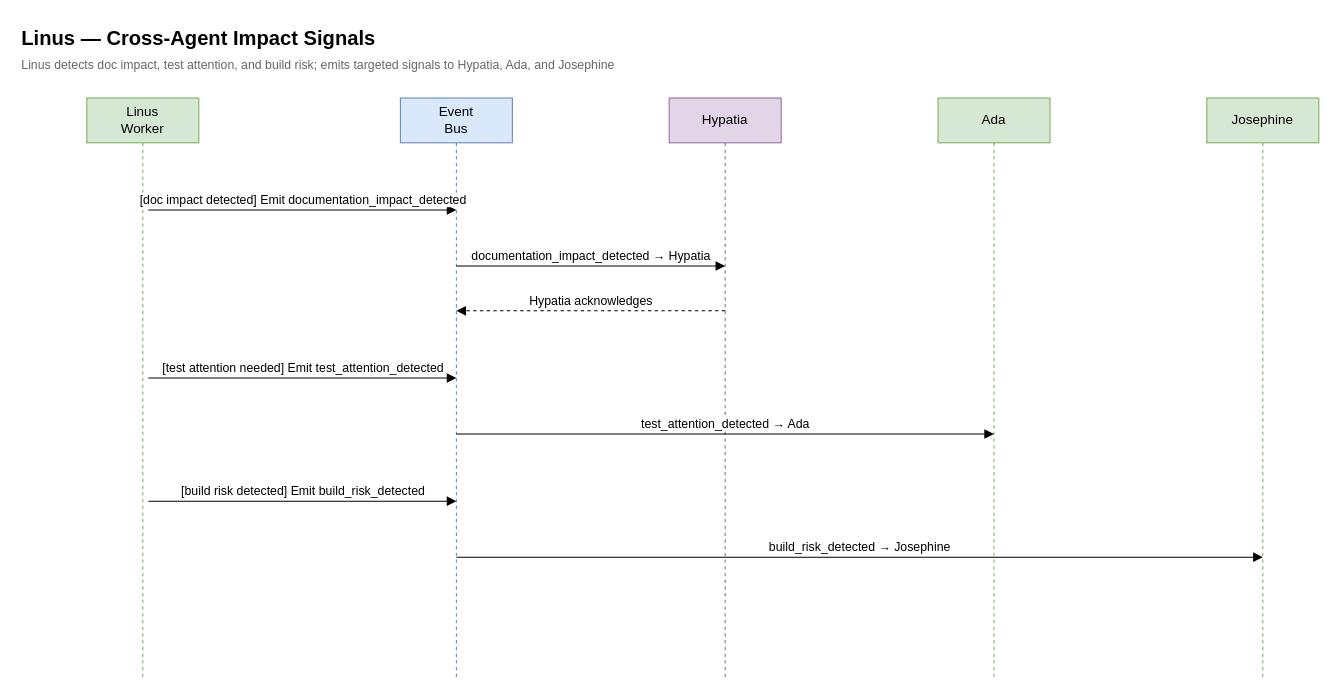
Before: page "Cross-Agent Impact Signals" (2 of 2) of docs/diagrams/workforce/LINUS_SEQUENCE.drawio in jmac-cornelis/agent-workforce, a draw.io diagram. Source tidied: cells renumbered, new cells numbered last; positions are measured from the earlier drawing's top-left corner, leaving out a move shared by most shapes. Both pictures are drawn from the tidied source at 112%, with x=0, y=0 at pixel (19, 19).
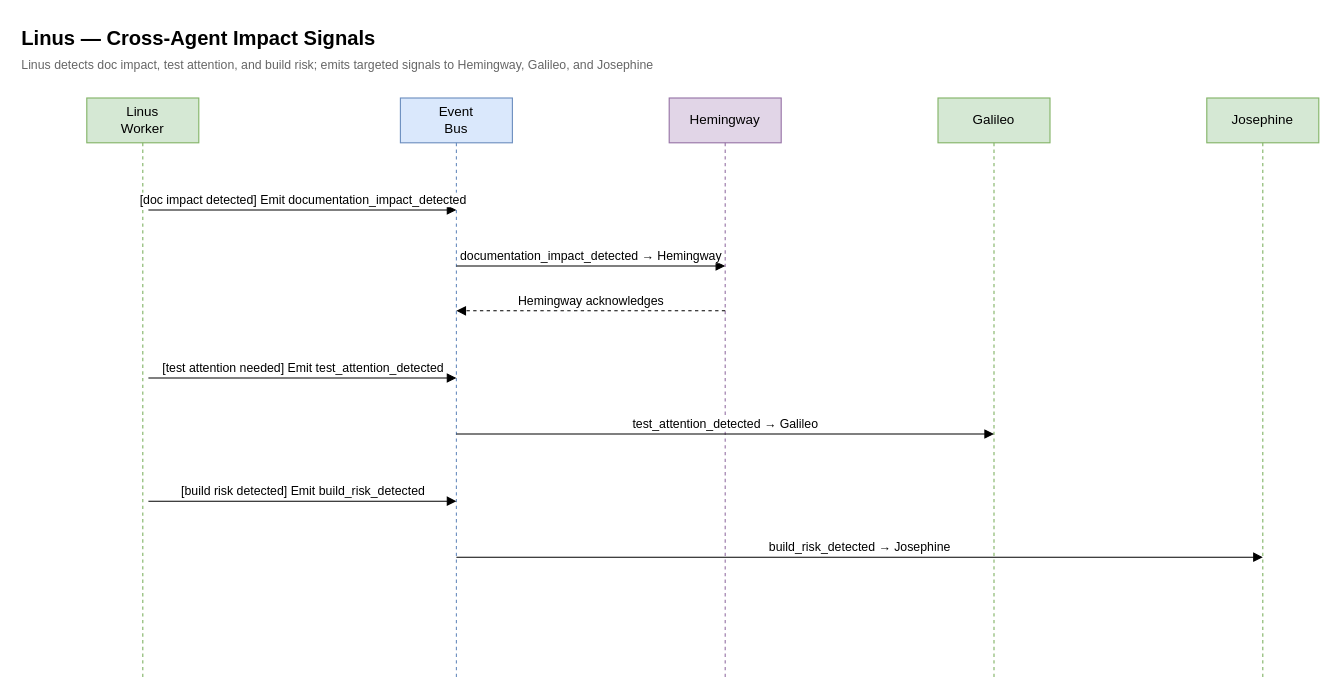
After the change.

Change to the diagram source:
```diff
@@
-    <mxCell id="3" value="Linus detects doc impact, test attention, and build risk; emits targeted signals to Hypatia, Ada, and Josephine" style="text;html=1;fontSize=11;fontColor=#666666;align=left;" parent="1" vertex="1">
+    <mxCell id="3" value="Linus detects doc impact, test attention, and build risk; emits targeted signals to Hemingway, Galileo, and Josephine" style="text;html=1;fontSize=11;fontColor=#666666;align=left;" parent="1" vertex="1">
       <mxGeometry y="28" width="700" height="20" as="geometry" />
     </mxCell>
@@
-    <mxCell id="6" value="Hypatia" style="shape=umlLifeline;perimeter=lifelinePerimeter;whiteSpace=wrap;html=1;size=40;fillColor=#e1d5e7;strokeColor=#9673a6;" parent="1" vertex="1">
+    <mxCell id="6" value="Hemingway" style="shape=umlLifeline;perimeter=lifelinePerimeter;whiteSpace=wrap;html=1;size=40;fillColor=#e1d5e7;strokeColor=#9673a6;" parent="1" vertex="1">
       <mxGeometry x="580" y="70" width="100" height="520" as="geometry" />
     </mxCell>
-    <mxCell id="7" value="Ada" style="shape=umlLifeline;perimeter=lifelinePerimeter;whiteSpace=wrap;html=1;size=40;fillColor=#d5e8d4;strokeColor=#82b366;" parent="1" vertex="1">
+    <mxCell id="7" value="Galileo" style="shape=umlLifeline;perimeter=lifelinePerimeter;whiteSpace=wrap;html=1;size=40;fillColor=#d5e8d4;strokeColor=#82b366;" parent="1" vertex="1">
       <mxGeometry x="820" y="70" width="100" height="520" as="geometry" />
     </mxCell>
@@
-    <mxCell id="10" value="documentation_impact_detected → Hypatia" style="html=1;verticalAlign=bottom;endArrow=block;" parent="1" edge="1">
+    <mxCell id="10" value="documentation_impact_detected → Hemingway" style="html=1;verticalAlign=bottom;endArrow=block;" parent="1" edge="1">
       <mxGeometry relative="1" as="geometry">
         <mxPoint x="390" y="220" as="sourcePoint" />
         <mxPoint x="630" y="220" as="targetPoint" />
       </mxGeometry>
     </mxCell>
-    <mxCell id="11" value="Hypatia acknowledges" style="html=1;verticalAlign=bottom;endArrow=block;dashed=1;" parent="1" edge="1">
+    <mxCell id="11" value="Hemingway acknowledges" style="html=1;verticalAlign=bottom;endArrow=block;dashed=1;" parent="1" edge="1">
       <mxGeometry relative="1" as="geometry">
         <mxPoint x="630" y="260" as="sourcePoint" />
         <mxPoint x="390" y="260" as="targetPoint" />
       </mxGeometry>
     </mxCell>
@@
-    <mxCell id="13" value="test_attention_detected → Ada" style="html=1;verticalAlign=bottom;endArrow=block;" parent="1" edge="1">
+    <mxCell id="13" value="test_attention_detected → Galileo" style="html=1;verticalAlign=bottom;endArrow=block;" parent="1" edge="1">
       <mxGeometry relative="1" as="geometry">
         <mxPoint x="390" y="370" as="sourcePoint" />
         <mxPoint x="870" y="370" as="targetPoint" />
       </mxGeometry>
     </mxCell>
```
